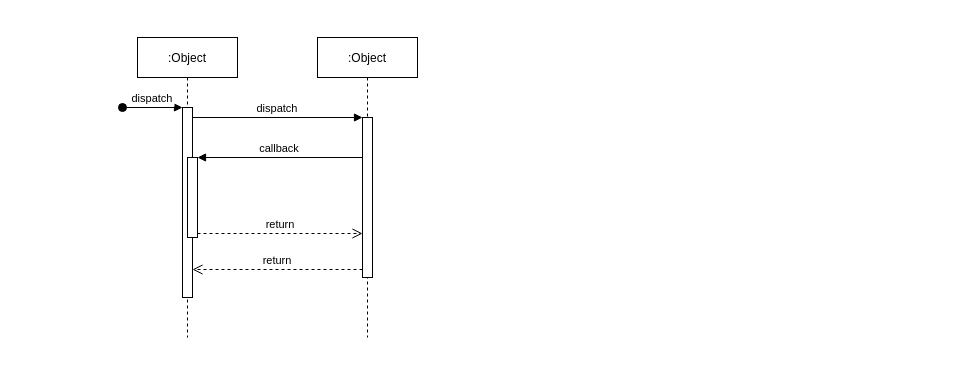
Above: diagrama/Diagrama sin título.drawio in Tomas123-alt/izo-isw1-tpds (draw.io), before the change. Source tidied: cells renumbered, new cells numbered last; positions are measured from the earlier drawing's top-left corner, leaving out a move shared by most shapes. Both pictures are drawn from the tidied source at 100%, with x=0, y=0 at pixel (122, 37).
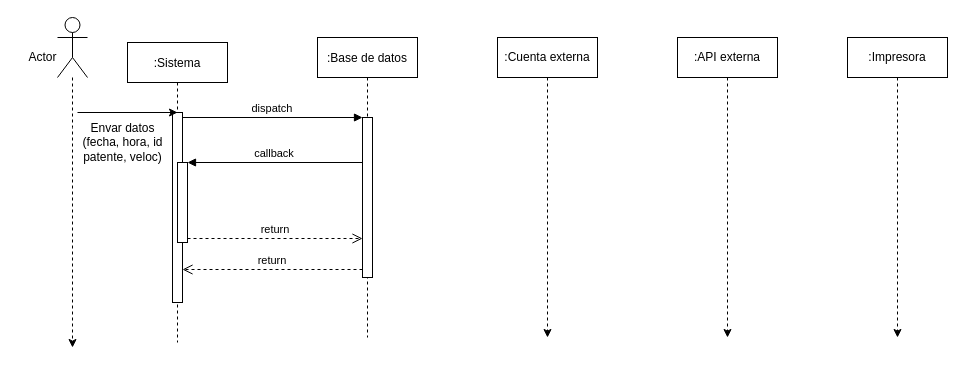
The same diagram, later.

Unchanged cells that the change refers to:
```xml
<mxCell id="3" style="points=[];perimeter=orthogonalPerimeter;rounded=0;shadow=0;strokeWidth=1;" parent="2" vertex="1">
  <mxGeometry x="45" y="70" width="10" height="190" as="geometry" />
</mxCell>
```

Change to the diagram source:
```diff
@@
-    <mxCell id="2" value=":Object" style="shape=umlLifeline;perimeter=lifelinePerimeter;rounded=0;shadow=0;strokeWidth=1;" parent="1" vertex="1">
-      <mxGeometry x="15" width="100" height="300" as="geometry" />
+    <mxCell id="2" value=":Sistema" style="shape=umlLifeline;perimeter=lifelinePerimeter;rounded=0;shadow=0;strokeWidth=1;size=40;" parent="1" vertex="1">
+      <mxGeometry x="5" y="5" width="100" height="300" as="geometry" />
     </mxCell>
@@
-    <mxCell id="4" value="dispatch" style="verticalAlign=bottom;startArrow=oval;endArrow=block;startSize=8;shadow=0;strokeWidth=1;" parent="2" edge="1" target="3">
-      <mxGeometry relative="1" as="geometry">
-        <mxPoint x="-15" y="70" as="sourcePoint" />
-      </mxGeometry>
-    </mxCell>
@@
+    <mxCell id="12" style="endArrow=classic;html=1;rounded=0;entryX=0.5;entryY=0;entryDx=0;entryDy=0;entryPerimeter=0;" parent="2" edge="1" target="3">
+      <mxGeometry relative="1" as="geometry">
+        <mxPoint x="-50" y="70" as="sourcePoint" />
+      </mxGeometry>
+    </mxCell>
+    <mxCell id="13" value="Envar datos&lt;br&gt;(fecha, hora, id&lt;br&gt;patente, veloc)" style="text;html=1;align=center;verticalAlign=middle;strokeColor=none;fillColor=none;" parent="2" vertex="1">
+      <mxGeometry x="-55" y="70" width="100" height="60" as="geometry" />
+    </mxCell>
-    <mxCell id="6" value=":Object" style="shape=umlLifeline;perimeter=lifelinePerimeter;rounded=0;shadow=0;strokeWidth=1;" parent="1" vertex="1">
+    <mxCell id="6" value=":Base de datos" style="shape=umlLifeline;perimeter=lifelinePerimeter;rounded=0;shadow=0;strokeWidth=1;" parent="1" vertex="1">
       <mxGeometry x="195" width="100" height="300" as="geometry" />
     </mxCell>
@@
+    <mxCell id="14" style="edgeStyle=orthogonalEdgeStyle;rounded=0;jettySize=auto;html=1;dashed=1;" parent="1" edge="1" source="15">
+      <mxGeometry relative="1" as="geometry">
+        <mxPoint x="-50" y="310" as="targetPoint" />
+        <Array as="points">
+          <mxPoint x="-50" y="90" />
+          <mxPoint x="-50" y="90" />
+        </Array>
+      </mxGeometry>
+    </mxCell>
+    <mxCell id="15" style="shape=umlActor;verticalLabelPosition=bottom;verticalAlign=top;html=1;outlineConnect=0;" parent="1" vertex="1">
+      <mxGeometry x="-65" y="-20" width="30" height="60" as="geometry" />
+    </mxCell>
+    <mxCell id="16" style="edgeStyle=orthogonalEdgeStyle;rounded=0;jettySize=auto;html=1;exitX=0.5;exitY=1;exitDx=0;exitDy=0;dashed=1;" parent="1" edge="1" source="17">
+      <mxGeometry relative="1" as="geometry">
+        <mxPoint x="425" y="300" as="targetPoint" />
+      </mxGeometry>
+    </mxCell>
+    <mxCell id="17" value=":Cuenta externa" style="rounded=1;whiteSpace=wrap;html=1;arcSize=0;" parent="1" vertex="1">
+      <mxGeometry x="375" width="100" height="40" as="geometry" />
+    </mxCell>
+    <mxCell id="18" style="edgeStyle=orthogonalEdgeStyle;rounded=0;jettySize=auto;html=1;exitX=0.5;exitY=1;exitDx=0;exitDy=0;dashed=1;" parent="1" edge="1" source="19">
+      <mxGeometry relative="1" as="geometry">
+        <mxPoint x="605" y="300" as="targetPoint" />
+      </mxGeometry>
+    </mxCell>
+    <mxCell id="19" value=":API externa" style="rounded=1;whiteSpace=wrap;html=1;arcSize=0;" parent="1" vertex="1">
+      <mxGeometry x="555" width="100" height="40" as="geometry" />
+    </mxCell>
+    <mxCell id="20" style="edgeStyle=orthogonalEdgeStyle;rounded=0;jettySize=auto;html=1;exitX=0.5;exitY=1;exitDx=0;exitDy=0;dashed=1;" parent="1" edge="1" source="21">
+      <mxGeometry relative="1" as="geometry">
+        <mxPoint x="775" y="300" as="targetPoint" />
+      </mxGeometry>
+    </mxCell>
+    <mxCell id="21" value=":Impresora" style="rounded=1;whiteSpace=wrap;html=1;arcSize=0;" parent="1" vertex="1">
+      <mxGeometry x="725" width="100" height="40" as="geometry" />
+    </mxCell>
+    <mxCell id="22" value="Actor" style="text;html=1;align=center;verticalAlign=middle;strokeColor=none;fillColor=none;" parent="1" vertex="1">
+      <mxGeometry x="-105" y="5" width="50" height="30" as="geometry" />
+    </mxCell>
```
